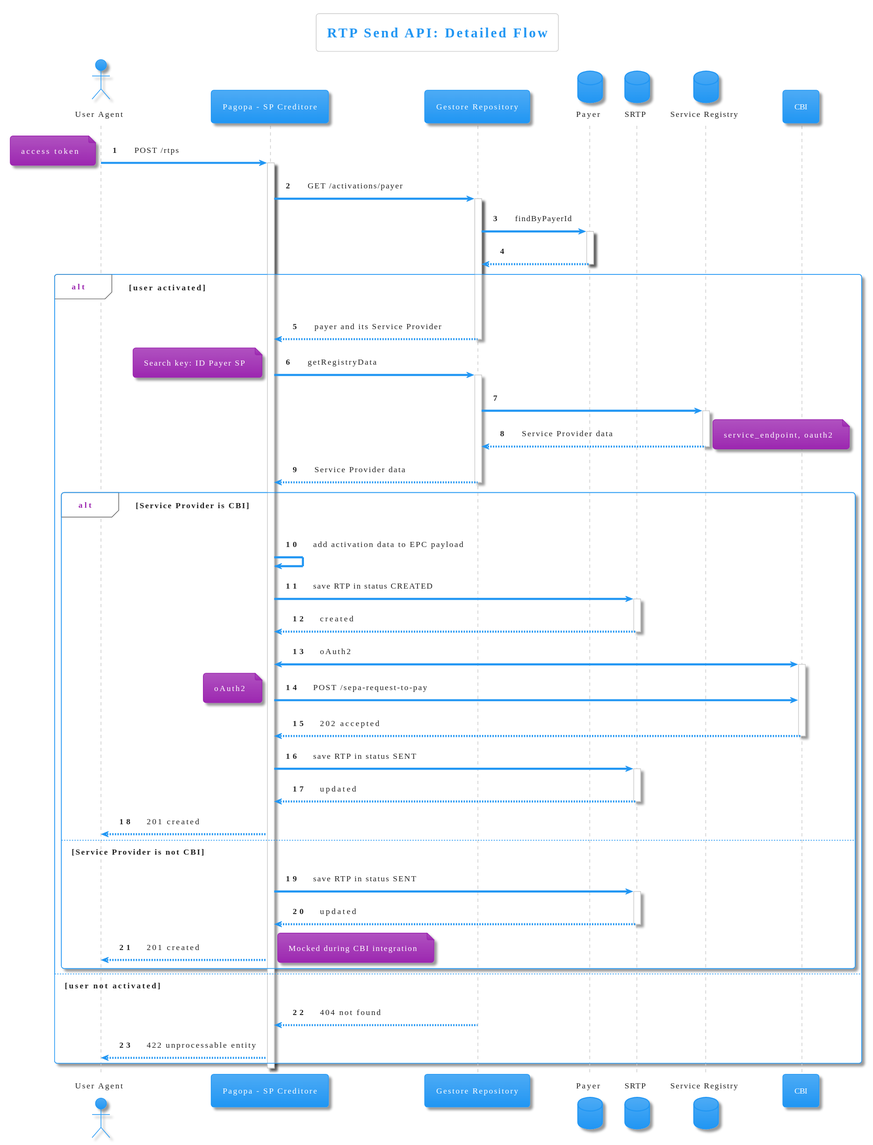
Earlier version of the PlantUML export diagrams/send.svg (pagopa/rtp-docs).
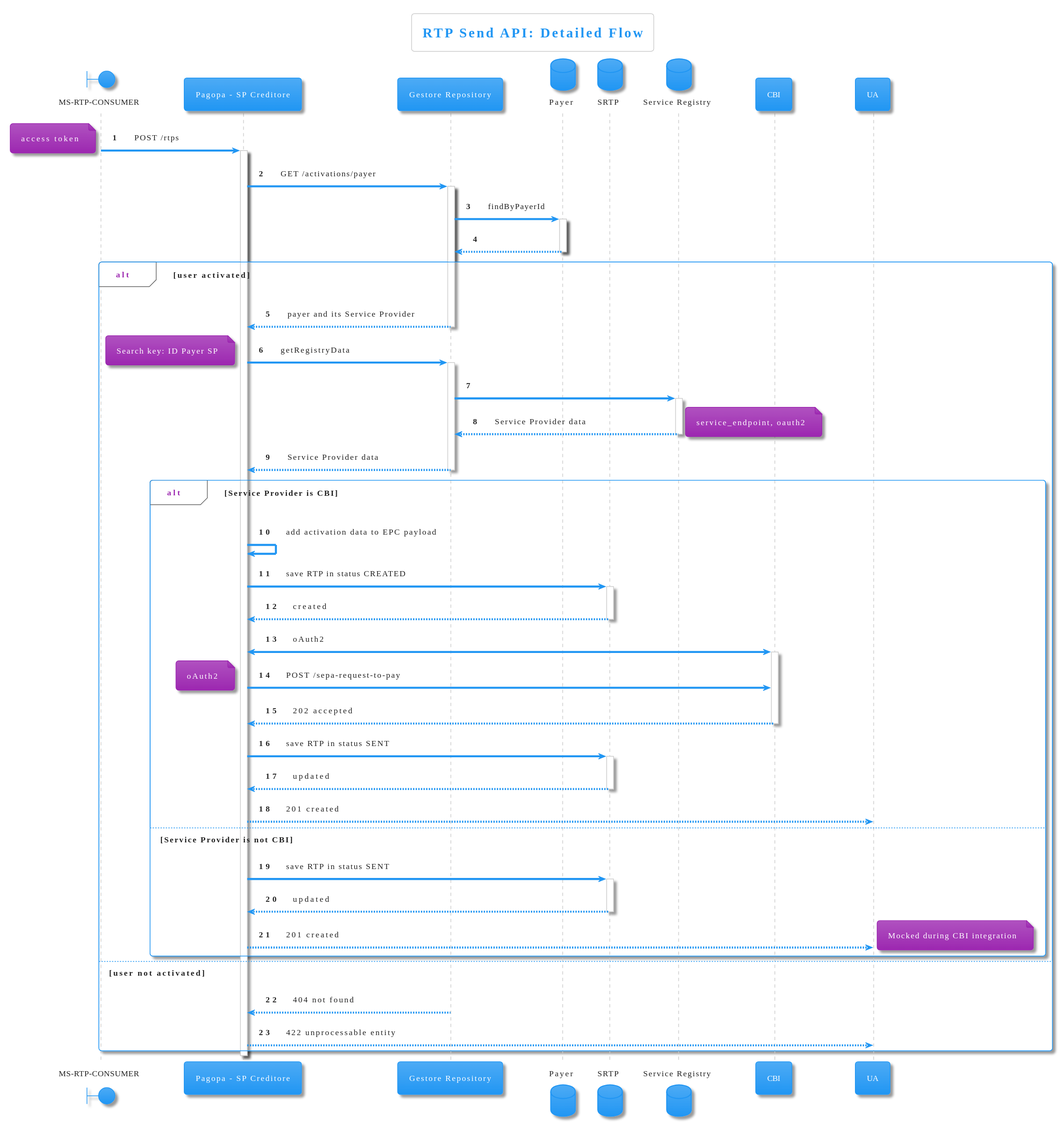
After the commit.

What changed in the source:
```diff
@@ -4,7 +4,8 @@
 
 title RTP Send API: Detailed Flow
 
-actor "User Agent" as UA
+boundary "MS-RTP-CONSUMER" as RTPC
+
 participant "Pagopa - SP Creditore" as SPC
 participant "Gestore Repository" as GR
 database "Payer" as Payer
@@ -14,7 +15,7 @@
 
 autonumber
 
-UA -> SPC: POST /rtps
+RTPC -> SPC: POST /rtps
 note left: access token
 activate SPC
 
```
